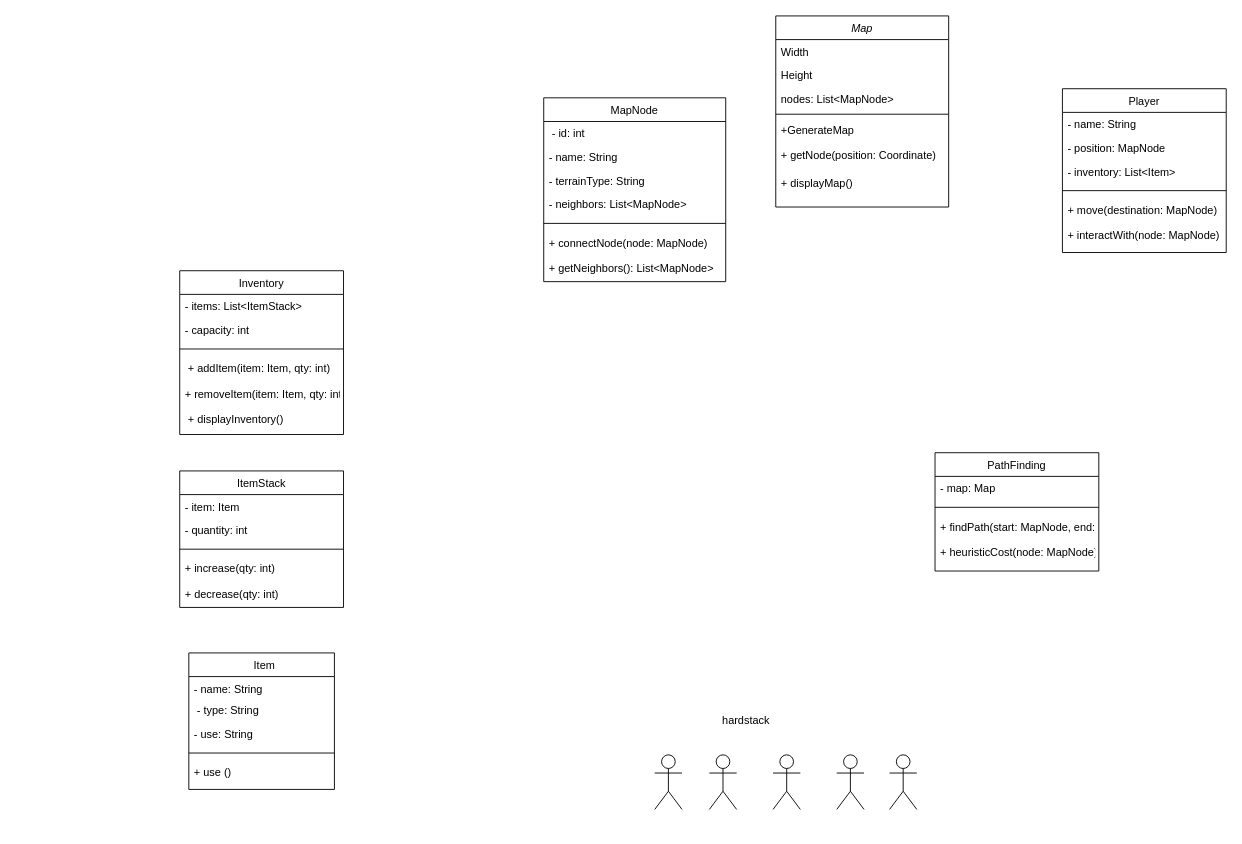
This is Hardstack.Diagram.drawio from Smoll05/hardstack-capstone, a draw.io file, before an edit. Source tidied: cells renumbered, new cells numbered last; positions are measured from the earlier drawing's top-left corner, leaving out a move shared by most shapes. Both pictures are drawn from the tidied source at 91%, with x=0, y=0 at pixel (179, 15).
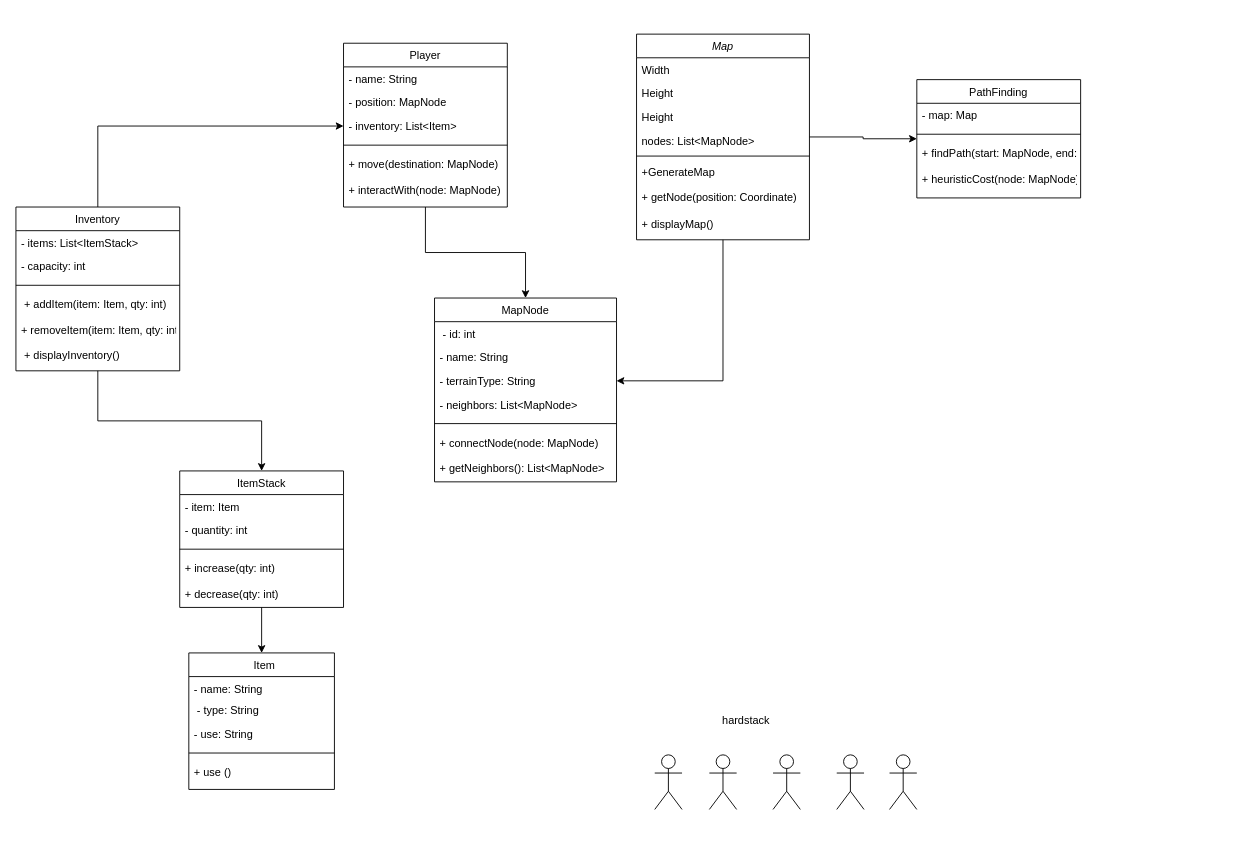
The same page after the edit.

Unchanged cells that the change refers to:
```xml
<mxCell id="10" value="    Item  " style="swimlane;fontStyle=0;align=center;verticalAlign=top;horizontal=1;startSize=26;rounded=0;shadow=0;strokeWidth=1;" parent="1" vertex="1">
  <mxGeometry x="10" y="700" width="160" height="150" as="geometry" />
</mxCell>
<mxCell id="19" value="- inventory: List&lt;Item&gt;      " style="text;align=left;verticalAlign=top;spacingLeft=4;spacingRight=4;overflow=hidden;points=[[0,0.5],[1,0.5]];portConstraint=eastwest;" parent="16" vertex="1">
  <mxGeometry y="78" width="180" height="26" as="geometry" />
</mxCell>
<mxCell id="36" value="ItemStack" style="swimlane;fontStyle=0;align=center;verticalAlign=top;horizontal=1;startSize=26;rounded=0;shadow=0;strokeWidth=1;" parent="1" vertex="1">
  <mxGeometry y="500" width="180" height="150" as="geometry" />
</mxCell>
<mxCell id="50" value="- terrainType: String        " style="text;align=left;verticalAlign=top;spacingLeft=4;spacingRight=4;overflow=hidden;points=[[0,0.5],[1,0.5]];portConstraint=eastwest;" parent="47" vertex="1">
  <mxGeometry y="78" width="200" height="26" as="geometry" />
</mxCell>
```

Diff of the diagram source:
```diff
@@
+    <mxCell id="55" style="edgeStyle=orthogonalEdgeStyle;rounded=0;jettySize=auto;html=1;entryX=1;entryY=0.5;entryDx=0;entryDy=0;" parent="1" edge="1" source="2" target="50">
+      <mxGeometry relative="1" as="geometry" />
+    </mxCell>
+    <mxCell id="56" style="edgeStyle=orthogonalEdgeStyle;rounded=0;jettySize=auto;html=1;entryX=0;entryY=0.5;entryDx=0;entryDy=0;" parent="1" edge="1" source="2" target="42">
+      <mxGeometry relative="1" as="geometry" />
+    </mxCell>
     <mxCell id="2" value="Map" style="swimlane;fontStyle=2;align=center;verticalAlign=top;horizontal=1;startSize=26;rounded=0;shadow=0;strokeWidth=1;" parent="1" vertex="1">
-      <mxGeometry x="655" width="190" height="210" as="geometry" />
+      <mxGeometry x="502" y="20" width="190" height="226" as="geometry" />
     </mxCell>
@@
+    <mxCell id="57" value="Height" style="text;align=left;verticalAlign=top;spacingLeft=4;spacingRight=4;overflow=hidden;rounded=0;shadow=0;html=0;" parent="2" vertex="1">
+      <mxGeometry y="52" width="190" height="26" as="geometry" />
+    </mxCell>
     <mxCell id="4" value="Height" style="text;align=left;verticalAlign=top;spacingLeft=4;spacingRight=4;overflow=hidden;rounded=0;shadow=0;html=0;" parent="2" vertex="1">
-      <mxGeometry y="52" width="190" height="26" as="geometry" />
+      <mxGeometry y="78" width="190" height="26" as="geometry" />
     </mxCell>
     <mxCell id="5" value="nodes: List&lt;MapNode&gt;  " style="text;align=left;verticalAlign=top;spacingLeft=4;spacingRight=4;overflow=hidden;rounded=0;shadow=0;html=0;" parent="2" vertex="1">
-      <mxGeometry y="78" width="190" height="26" as="geometry" />
+      <mxGeometry y="104" width="190" height="26" as="geometry" />
     </mxCell>
     <mxCell id="6" style="line;html=1;strokeWidth=1;align=left;verticalAlign=middle;spacingTop=-1;spacingLeft=3;spacingRight=3;labelPosition=right;" parent="2" vertex="1">
-      <mxGeometry y="104" width="190" height="8" as="geometry" />
+      <mxGeometry y="130" width="190" height="8" as="geometry" />
     </mxCell>
     <mxCell id="7" value="+GenerateMap" style="text;align=left;verticalAlign=top;spacingLeft=4;spacingRight=4;overflow=hidden;" parent="2" vertex="1">
-      <mxGeometry y="112" width="190" height="28" as="geometry" />
+      <mxGeometry y="138" width="190" height="28" as="geometry" />
     </mxCell>
     <mxCell id="8" value="+ getNode(position: Coordinate)&#10;" style="text;align=left;verticalAlign=top;spacingLeft=4;spacingRight=4;overflow=hidden;" parent="2" vertex="1">
-      <mxGeometry y="140" width="190" height="30" as="geometry" />
+      <mxGeometry y="166" width="190" height="30" as="geometry" />
     </mxCell>
     <mxCell id="9" value="+ displayMap()  " style="text;align=left;verticalAlign=top;spacingLeft=4;spacingRight=4;overflow=hidden;" parent="2" vertex="1">
-      <mxGeometry y="170" width="190" height="30" as="geometry" />
+      <mxGeometry y="196" width="190" height="30" as="geometry" />
     </mxCell>
@@
+    <mxCell id="58" style="edgeStyle=orthogonalEdgeStyle;rounded=0;jettySize=auto;html=1;entryX=0.5;entryY=0;entryDx=0;entryDy=0;" parent="1" edge="1" source="16" target="47">
+      <mxGeometry relative="1" as="geometry" />
+    </mxCell>
     <mxCell id="16" value="  Player  " style="swimlane;fontStyle=0;align=center;verticalAlign=top;horizontal=1;startSize=26;rounded=0;shadow=0;strokeWidth=1;" parent="1" vertex="1">
-      <mxGeometry x="970" y="80" width="180" height="180" as="geometry" />
+      <mxGeometry x="180" y="30" width="180" height="180" as="geometry" />
     </mxCell>
@@
+    <mxCell id="59" style="edgeStyle=orthogonalEdgeStyle;rounded=0;jettySize=auto;html=1;entryX=0.5;entryY=0;entryDx=0;entryDy=0;" parent="1" edge="1" source="29" target="36">
+      <mxGeometry relative="1" as="geometry" />
+    </mxCell>
+    <mxCell id="60" style="edgeStyle=orthogonalEdgeStyle;rounded=0;jettySize=auto;html=1;entryX=0;entryY=0.5;entryDx=0;entryDy=0;" parent="1" edge="1" source="29" target="19">
+      <mxGeometry relative="1" as="geometry" />
+    </mxCell>
     <mxCell id="29" value="Inventory" style="swimlane;fontStyle=0;align=center;verticalAlign=top;horizontal=1;startSize=26;rounded=0;shadow=0;strokeWidth=1;" parent="1" vertex="1">
-      <mxGeometry y="280" width="180" height="180" as="geometry" />
+      <mxGeometry x="-180" y="210" width="180" height="180" as="geometry" />
     </mxCell>
@@
+    <mxCell id="61" style="edgeStyle=orthogonalEdgeStyle;rounded=0;jettySize=auto;html=1;entryX=0.5;entryY=0;entryDx=0;entryDy=0;" parent="1" edge="1" source="36" target="10">
+      <mxGeometry relative="1" as="geometry" />
+    </mxCell>
@@
     <mxCell id="42" value="PathFinding" style="swimlane;fontStyle=0;align=center;verticalAlign=top;horizontal=1;startSize=26;rounded=0;shadow=0;strokeWidth=1;" parent="1" vertex="1">
-      <mxGeometry x="830" y="480" width="180" height="130" as="geometry" />
+      <mxGeometry x="810" y="70" width="180" height="130" as="geometry" />
     </mxCell>
@@
     <mxCell id="47" value="MapNode" style="swimlane;fontStyle=0;align=center;verticalAlign=top;horizontal=1;startSize=26;rounded=0;shadow=0;strokeWidth=1;" parent="1" vertex="1">
-      <mxGeometry x="400" y="90" width="200" height="202" as="geometry" />
+      <mxGeometry x="280" y="310" width="200" height="202" as="geometry" />
     </mxCell>
```
